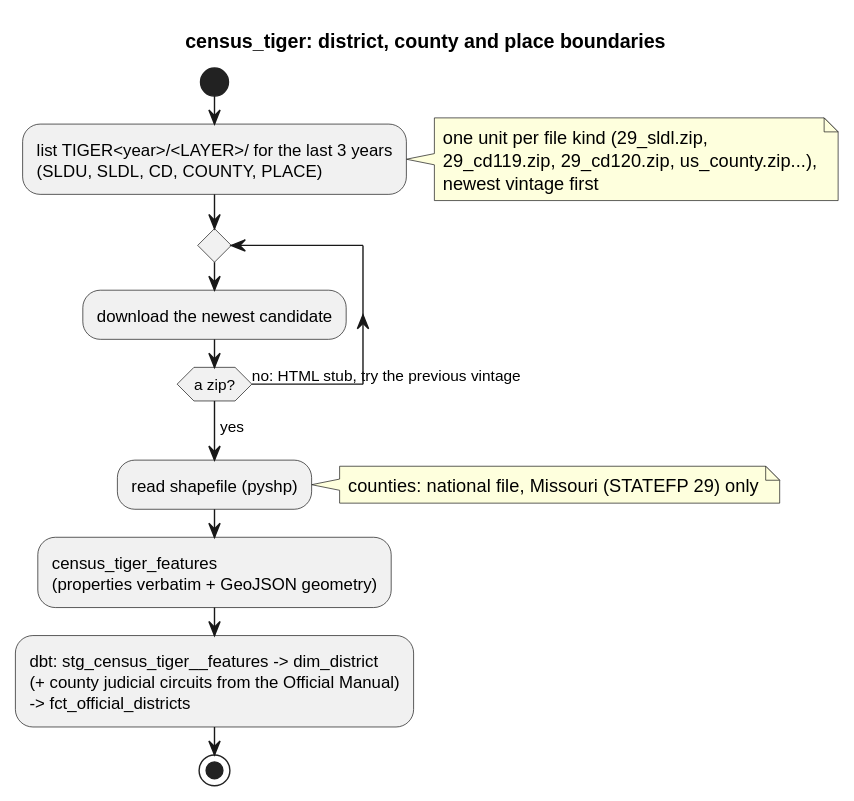
akettmann/missouri_gov_feed keeps this PlantUML diagram as docs/diagrams/sources/census_tiger.svg. Above is the earlier version. Its source is kept beside it as docs/diagrams/sources/census_tiger.puml. Source of this version:
```plantuml
@startuml census_tiger
title census_tiger: district, county and place boundaries
start
:list TIGER<year>/<LAYER>/ for the last 3 years
(SLDU, SLDL, CD, COUNTY, PLACE);
note right
  one unit per file kind (29_sldl.zip,
  29_cd119.zip, 29_cd120.zip, us_county.zip...),
  newest vintage first
end note
repeat
  :download the newest candidate;
repeat while (a zip?) is (no: HTML stub, try the previous vintage)
-> yes;
:read shapefile (pyshp);
note right: counties: national file, Missouri (STATEFP 29) only
:census_tiger_features
(properties verbatim + GeoJSON geometry);
:dbt: stg_census_tiger__features -> dim_district
(+ county judicial circuits from the Official Manual)
-> fct_official_districts;
stop
@enduml
```
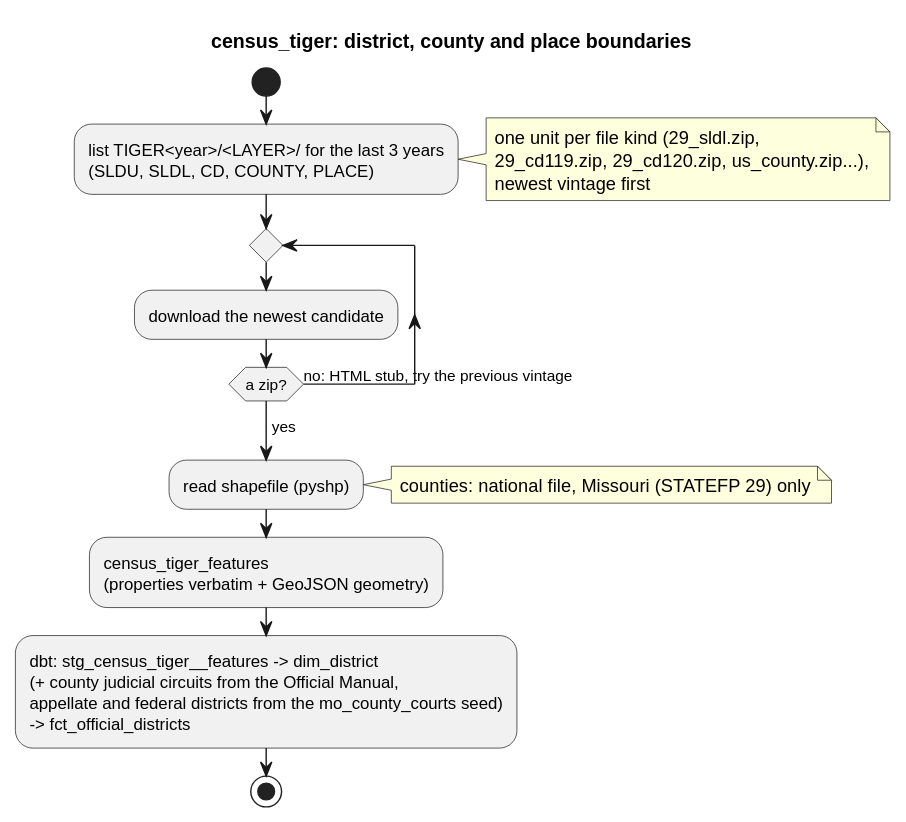
After the commit.

Commit message:
Map Court of Appeals and federal district judges to counties; fix judge-index circuit parsing

Diff of the diagram source:
```diff
@@ -17,7 +17,8 @@
 :census_tiger_features
 (properties verbatim + GeoJSON geometry);
 :dbt: stg_census_tiger__features -> dim_district
-(+ county judicial circuits from the Official Manual)
+(+ county judicial circuits from the Official Manual,
+appellate and federal districts from the mo_county_courts seed)
 -> fct_official_districts;
 stop
 @enduml
```
